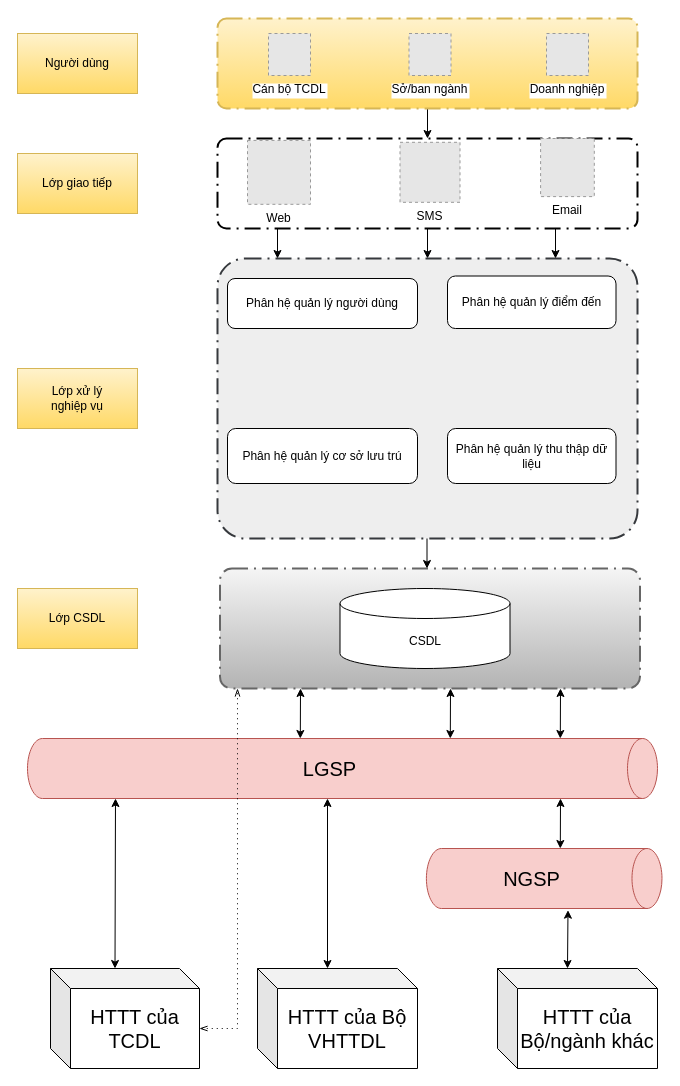
The draw.io diagram page "DU_LIEU_CHUYEN_NGANH" (3 of 5) of 123.drawio in letheanh12345/Draw-io, before the edit. Source tidied: cells renumbered, new cells numbered last; positions are measured from the earlier drawing's top-left corner, leaving out a move shared by most shapes. Both pictures are drawn from the tidied source at 100%, with x=0, y=0 at pixel (17, 18). Pictures stored in the file or linked from it are replaced by grey dashed boxes.
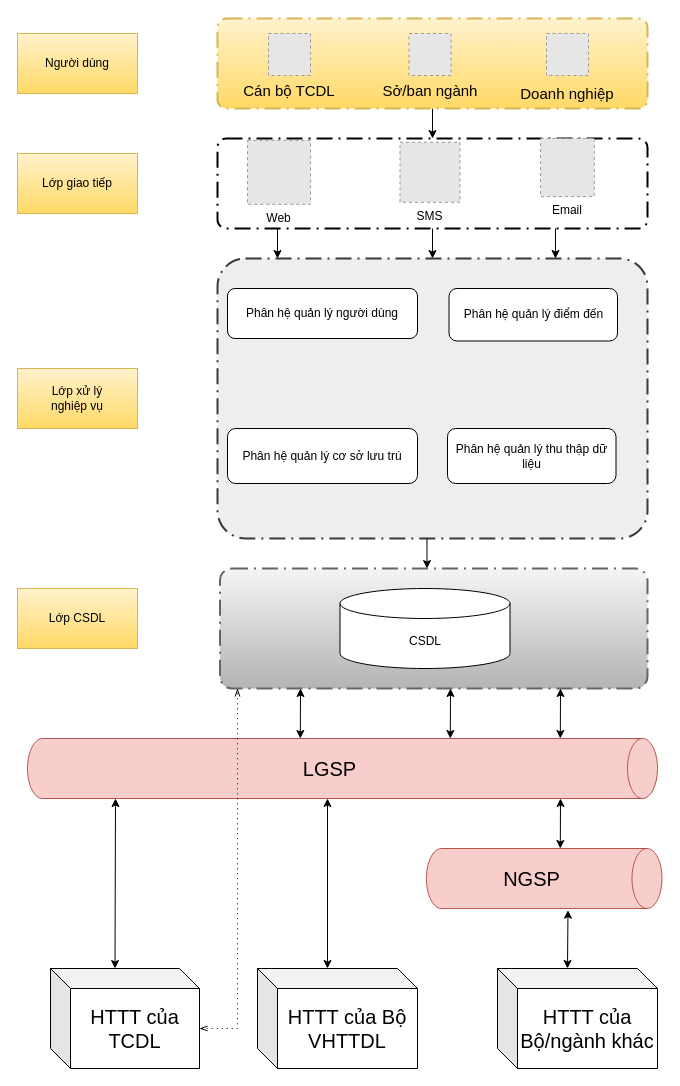
The same page after the edit.

Diff of the diagram source:
```diff
@@
     <mxCell id="3" style="points=[[0.25,0,0],[0.5,0,0],[0.75,0,0],[1,0.25,0],[1,0.5,0],[1,0.75,0],[0.75,1,0],[0.5,1,0],[0.25,1,0],[0,0.75,0],[0,0.5,0],[0,0.25,0]];rounded=1;arcSize=10;dashed=1;strokeColor=#000000;fillColor=none;gradientColor=none;dashPattern=8 3 1 3;strokeWidth=2;fontStyle=1;fontSize=20;" parent="1" vertex="1">
-      <mxGeometry x="200" y="120" width="420" height="90" as="geometry" />
+      <mxGeometry x="200" y="120" width="430" height="90" as="geometry" />
     </mxCell>
@@
     <mxCell id="8" style="points=[[0.25,0,0],[0.5,0,0],[0.75,0,0],[1,0.25,0],[1,0.5,0],[1,0.75,0],[0.75,1,0],[0.5,1,0],[0.25,1,0],[0,0.75,0],[0,0.5,0],[0,0.25,0]];rounded=1;arcSize=10;dashed=1;strokeColor=#d6b656;fillColor=#fff2cc;dashPattern=8 3 1 3;strokeWidth=2;fontStyle=1;fontSize=20;gradientColor=#ffd966;" parent="1" vertex="1">
-      <mxGeometry x="200" width="420" height="90" as="geometry" />
+      <mxGeometry x="200" width="430" height="90" as="geometry" />
     </mxCell>
-    <mxCell id="9" value="Cán bộ TCDL" style="fillColor=#E6E6E6;strokeColor=#999999;dashed=1;verticalLabelPosition=bottom;labelBackgroundColor=default;verticalAlign=top;" parent="1" vertex="1">
+    <mxCell id="9" style="fillColor=#E6E6E6;strokeColor=#999999;dashed=1;verticalLabelPosition=bottom;labelBackgroundColor=default;verticalAlign=top;" parent="1" vertex="1">
       <mxGeometry x="251" y="15" width="42" height="42" as="geometry" />
     </mxCell>
     <mxCell id="10" style="points=[[0.25,0,0],[0.5,0,0],[0.75,0,0],[1,0.25,0],[1,0.5,0],[1,0.75,0],[0.75,1,0],[0.5,1,0],[0.25,1,0],[0,0.75,0],[0,0.5,0],[0,0.25,0]];rounded=1;arcSize=10;dashed=1;strokeColor=#36393d;fillColor=#eeeeee;dashPattern=8 3 1 3;strokeWidth=2;fontStyle=1;fontSize=20;" parent="1" vertex="1">
-      <mxGeometry x="200" y="240" width="420" height="280" as="geometry" />
+      <mxGeometry x="200" y="240" width="430" height="280" as="geometry" />
     </mxCell>
     <mxCell id="11" value="Phân hệ quản lý người dùng" style="rounded=1;whiteSpace=wrap;html=1;" parent="1" vertex="1">
-      <mxGeometry x="210" y="260" width="190" height="50" as="geometry" />
+      <mxGeometry x="210" y="270" width="190" height="50" as="geometry" />
     </mxCell>
     <mxCell id="12" value="Phân hệ quản lý điểm đến" style="rounded=1;whiteSpace=wrap;html=1;" parent="1" vertex="1">
-      <mxGeometry x="430" y="257.5" width="168.5" height="52.5" as="geometry" />
+      <mxGeometry x="431.5" y="270" width="168.5" height="52.5" as="geometry" />
     </mxCell>
@@
     <mxCell id="15" style="rounded=1;arcSize=10;dashed=1;strokeColor=#666666;fillColor=#f5f5f5;gradientColor=#b3b3b3;dashPattern=8 3 1 3;strokeWidth=2;fontStyle=1;fontSize=20;" parent="1" vertex="1">
-      <mxGeometry x="202.5" y="550" width="420" height="120" as="geometry" />
+      <mxGeometry x="202.5" y="550" width="427.5" height="120" as="geometry" />
     </mxCell>
@@
-    <mxCell id="23" value="Doanh nghiệp" style="fillColor=#E6E6E6;strokeColor=#999999;dashed=1;verticalLabelPosition=bottom;labelBackgroundColor=default;verticalAlign=top;" parent="1" vertex="1">
+    <mxCell id="23" style="fillColor=#E6E6E6;strokeColor=#999999;dashed=1;verticalLabelPosition=bottom;labelBackgroundColor=default;verticalAlign=top;" parent="1" vertex="1">
       <mxGeometry x="529" y="15" width="42" height="42" as="geometry" />
     </mxCell>
-    <mxCell id="24" value="Sở/ban ngành" style="fillColor=#E6E6E6;strokeColor=#999999;dashed=1;verticalLabelPosition=bottom;labelBackgroundColor=default;verticalAlign=top;" parent="1" vertex="1">
+    <mxCell id="24" style="fillColor=#E6E6E6;strokeColor=#999999;dashed=1;verticalLabelPosition=bottom;labelBackgroundColor=default;verticalAlign=top;" parent="1" vertex="1">
       <mxGeometry x="391.5" y="15" width="42" height="42" as="geometry" />
     </mxCell>
@@
+    <mxCell id="39" value="Cán bộ TCDL" style="text;html=1;strokeColor=none;fillColor=none;align=center;verticalAlign=middle;whiteSpace=wrap;rounded=0;fontSize=15;" parent="1" vertex="1">
+      <mxGeometry x="222" y="57" width="100" height="30" as="geometry" />
+    </mxCell>
+    <mxCell id="40" value="Sở/ban ngành" style="text;html=1;strokeColor=none;fillColor=none;align=center;verticalAlign=middle;whiteSpace=wrap;rounded=0;fontSize=15;" parent="1" vertex="1">
+      <mxGeometry x="362.5" y="57" width="100" height="30" as="geometry" />
+    </mxCell>
+    <mxCell id="41" value="Doanh nghiệp" style="text;html=1;strokeColor=none;fillColor=none;align=center;verticalAlign=middle;whiteSpace=wrap;rounded=0;fontSize=15;" parent="1" vertex="1">
+      <mxGeometry x="500" y="60" width="100" height="30" as="geometry" />
+    </mxCell>
```
